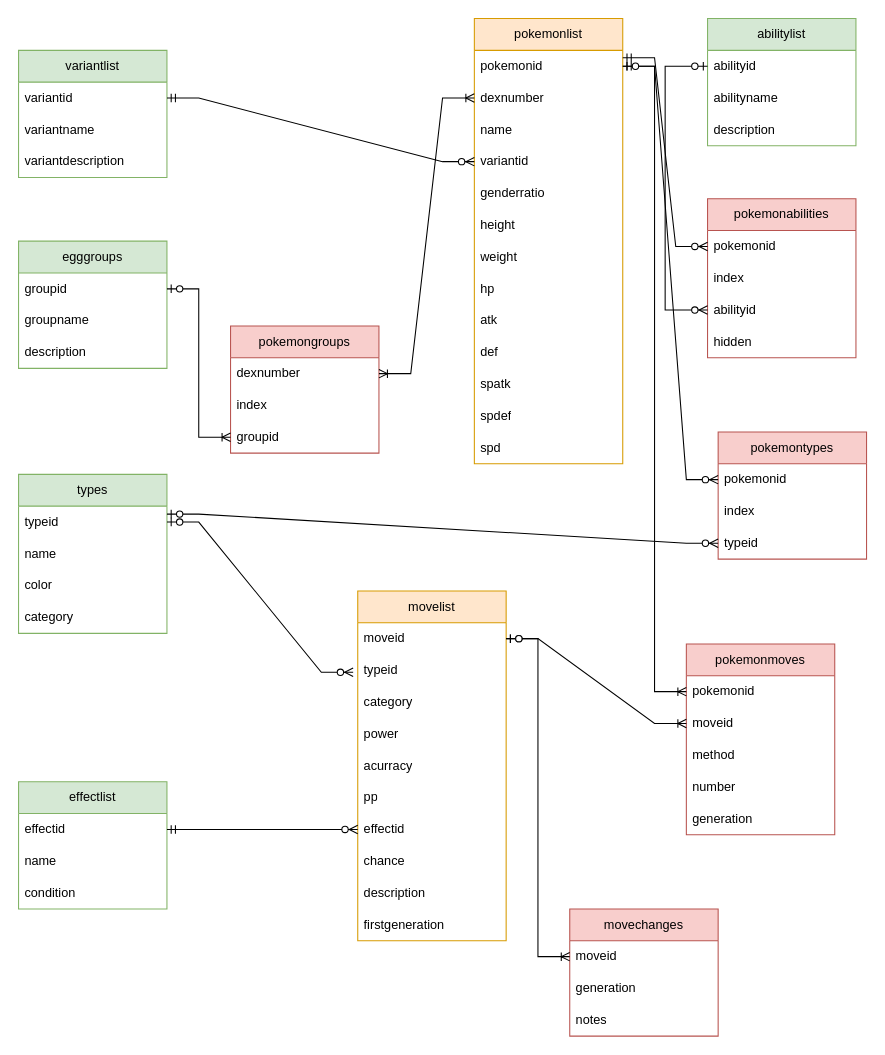
Above: Untitled Diagram.drawio in chimichuflis/sprint1 (draw.io), before the change. Source tidied: cells renumbered, new cells numbered last; positions are measured from the earlier drawing's top-left corner, leaving out a move shared by most shapes. Both pictures are drawn from the tidied source at 106%, with x=0, y=0 at pixel (18, 18).
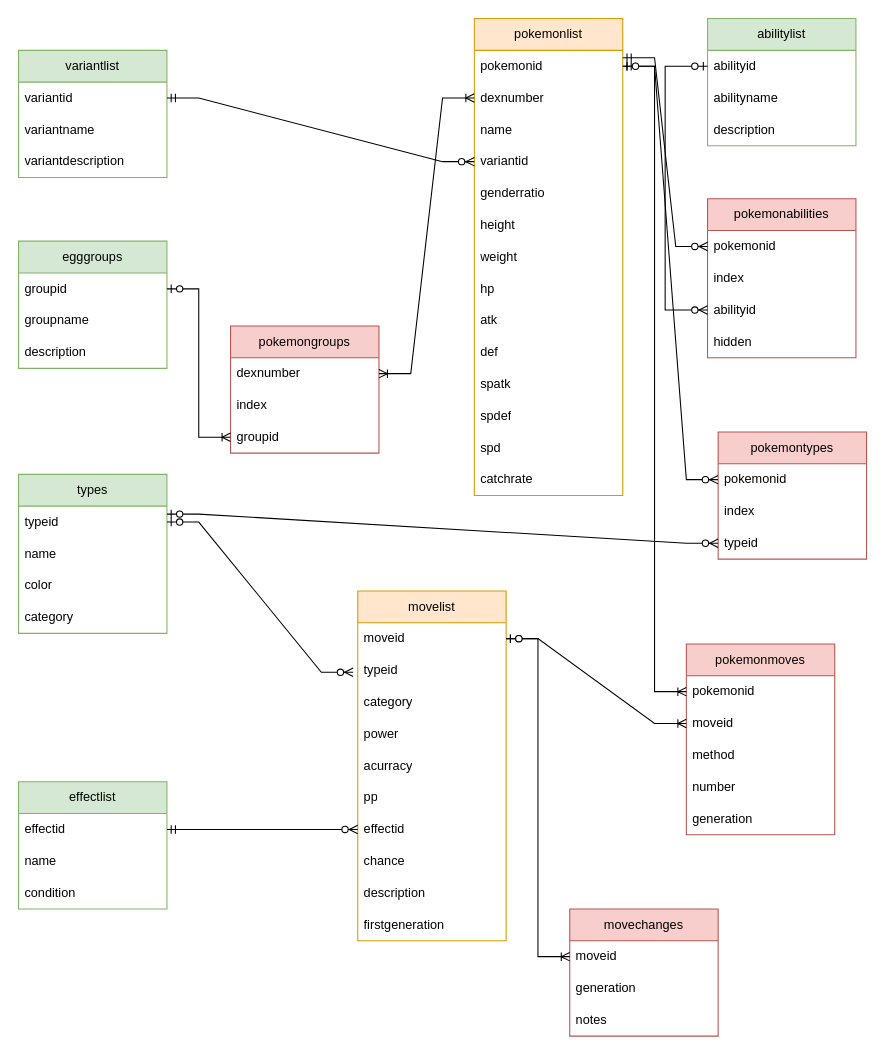
The same diagram, later.

Change to the diagram source:
```diff
@@
     <mxCell id="28" value="pokemonlist" style="swimlane;fontStyle=0;horizontal=1;startSize=30;whiteSpace=wrap;html=1;fillColor=#ffe6cc;strokeColor=#d79b00;" parent="1" vertex="1">
-      <mxGeometry x="430" width="140" height="420" as="geometry" />
+      <mxGeometry x="430" width="140" height="450" as="geometry" />
     </mxCell>
@@
+    <mxCell id="83" value="catchrate" style="text;strokeColor=none;fillColor=none;align=left;verticalAlign=middle;spacingLeft=4;spacingRight=4;overflow=hidden;whiteSpace=wrap;html=1;" parent="28" vertex="1">
+      <mxGeometry y="420" width="140" height="30" as="geometry" />
+    </mxCell>
```
